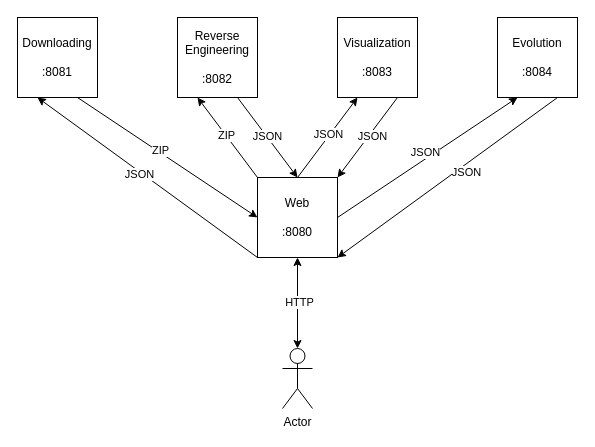
The draw.io diagram assets/architecture_diagram.drawio in DatabaseEvolutionNudgeInMicroservices/denim, before the edit. Source tidied: cells renumbered, new cells numbered last; positions are measured from the earlier drawing's top-left corner, leaving out a move shared by most shapes. Both pictures are drawn from the tidied source at 100%, with x=0, y=0 at pixel (17, 17).
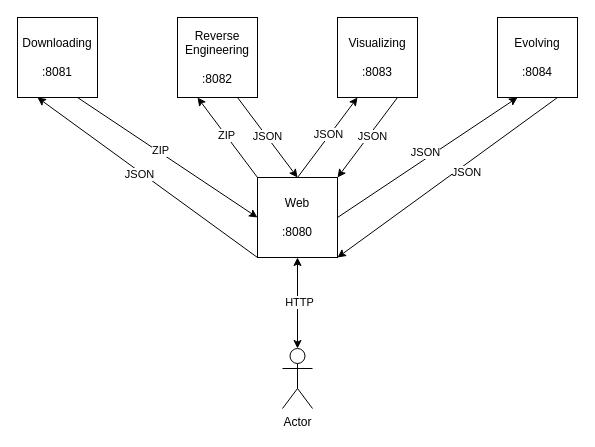
After the change.

What changed in the source:
```diff
@@
-    <mxCell id="5" value="Visualization&lt;br&gt;&lt;br&gt;:8083" style="whiteSpace=wrap;html=1;" parent="1" vertex="1">
+    <mxCell id="5" value="Visualizing&lt;br&gt;&lt;br&gt;:8083" style="whiteSpace=wrap;html=1;" parent="1" vertex="1">
       <mxGeometry x="320" width="80" height="80" as="geometry" />
     </mxCell>
-    <mxCell id="6" value="Evolution&lt;br&gt;&lt;br&gt;:8084" style="whiteSpace=wrap;html=1;" parent="1" vertex="1">
+    <mxCell id="6" value="Evolving&lt;br&gt;&lt;br&gt;:8084" style="whiteSpace=wrap;html=1;" parent="1" vertex="1">
       <mxGeometry x="480" width="80" height="80" as="geometry" />
     </mxCell>
```
